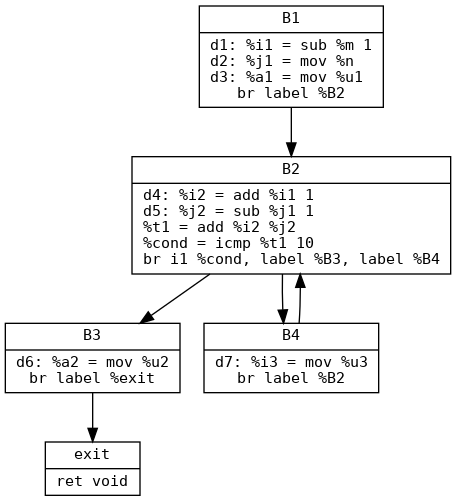
Above: cfg.png in terriyu88-maker/reaching-defs (Graphviz), before the change. Its source is kept beside it as cfg.dot.
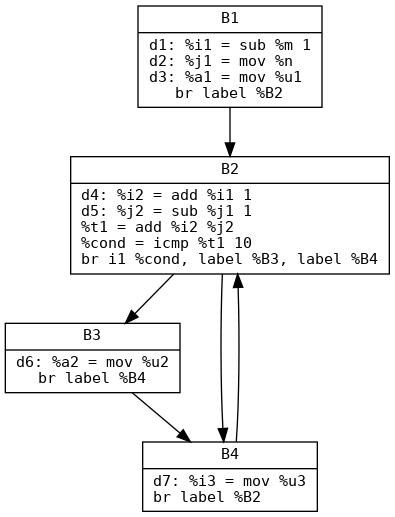
The same diagram one commit later.

Change to the diagram source:
```diff
@@ -5,13 +5,12 @@
 
   "B1" [label="{B1 | d1: %i1 = sub %m 1\ld2: %j1 = mov %n\ld3: %a1 = mov %u1\lbr label %B2}"];
   "B2" [label="{B2 | d4: %i2 = add %i1 1\ld5: %j2 = sub %j1 1\l%t1 = add %i2 %j2\l%cond = icmp %t1 10\lbr i1 %cond, label %B3, label %B4}"];
-  "B3" [label="{B3 | d6: %a2 = mov %u2\lbr label %exit}"];
-  "B4" [label="{B4 | d7: %i3 = mov %u3\lbr label %B2}"];
-  "exit" [label="{exit | ret void\l}"];
+  "B3" [label="{B3 | d6: %a2 = mov %u2\lbr label %B4}"];
+  "B4" [label="{B4 | d7: %i3 = mov %u3\lbr label %B2\l}"];
 
   "B1" -> "B2";
   "B2" -> "B3";
   "B2" -> "B4";
-  "B3" -> "exit";
+  "B3" -> "B4";
   "B4" -> "B2";
 }
```
